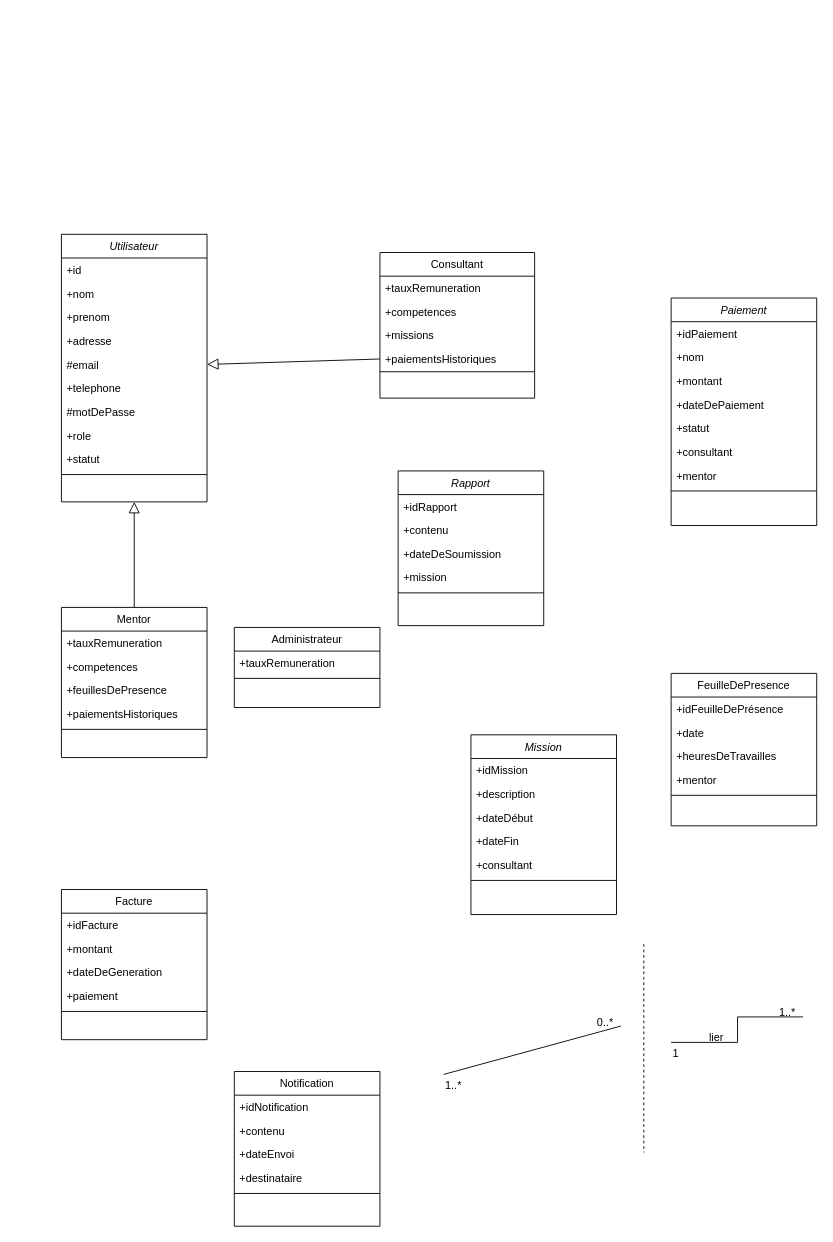
Tussa-D/diagramme_projet_F-n keeps this draw.io diagram as Diagramme classe Projet F-n.drawio. Above is the earlier version. Source tidied: cells renumbered, new cells numbered last; positions are measured from the earlier drawing's top-left corner, leaving out a move shared by most shapes. Both pictures are drawn from the tidied source at 91%, with x=0, y=0 at pixel (61, 234).
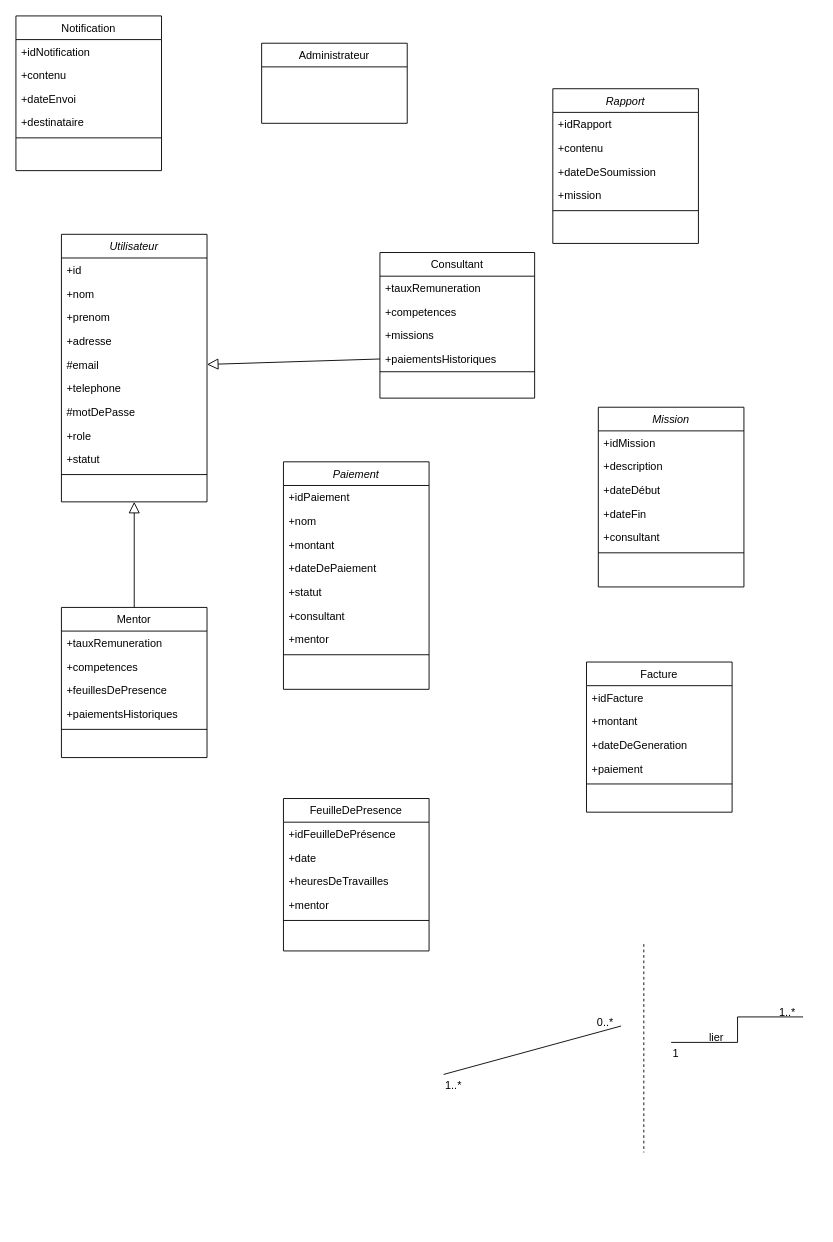
After the change.

Commit message (it also covers changes not shown here):
Mettre à jour Diagramme classe Projet F-n.drawio

Change to the diagram source:
```diff
@@
     <mxCell id="19" value="Paiement" style="swimlane;fontStyle=2;align=center;verticalAlign=top;horizontal=1;startSize=26;rounded=0;shadow=0;strokeWidth=1;" parent="1" vertex="1">
-      <mxGeometry x="670" y="70" width="160" height="250" as="geometry" />
+      <mxGeometry x="244" y="250" width="160" height="250" as="geometry" />
     </mxCell>
@@
     <mxCell id="28" value="Mission" style="swimlane;fontStyle=2;align=center;verticalAlign=top;horizontal=1;startSize=26;rounded=0;shadow=0;strokeWidth=1;" parent="1" vertex="1">
-      <mxGeometry x="450" y="550" width="160" height="197.5" as="geometry" />
+      <mxGeometry x="590" y="190" width="160" height="197.5" as="geometry" />
     </mxCell>
@@
     <mxCell id="35" value="Notification" style="swimlane;fontStyle=0;align=center;verticalAlign=top;horizontal=1;startSize=26;rounded=0;shadow=0;strokeWidth=1;" parent="1" vertex="1">
-      <mxGeometry x="190" y="920" width="160" height="170" as="geometry" />
+      <mxGeometry x="-50" y="-240" width="160" height="170" as="geometry" />
     </mxCell>
@@
     <mxCell id="41" value="FeuilleDePresence" style="swimlane;fontStyle=0;align=center;verticalAlign=top;horizontal=1;startSize=26;rounded=0;shadow=0;strokeWidth=1;" parent="1" vertex="1">
-      <mxGeometry x="670" y="482.5" width="160" height="167.5" as="geometry" />
+      <mxGeometry x="244" y="620" width="160" height="167.5" as="geometry" />
     </mxCell>
@@
     <mxCell id="63" value="Rapport" style="swimlane;fontStyle=2;align=center;verticalAlign=top;horizontal=1;startSize=26;rounded=0;shadow=0;strokeWidth=1;" parent="1" vertex="1">
-      <mxGeometry x="370" y="260" width="160" height="170" as="geometry" />
+      <mxGeometry x="540" y="-160" width="160" height="170" as="geometry" />
     </mxCell>
@@
     <mxCell id="69" value="Facture" style="swimlane;fontStyle=0;align=center;verticalAlign=top;horizontal=1;startSize=26;rounded=0;shadow=0;strokeWidth=1;" parent="1" vertex="1">
-      <mxGeometry y="720" width="160" height="165" as="geometry" />
+      <mxGeometry x="577" y="470" width="160" height="165" as="geometry" />
     </mxCell>
@@
     <mxCell id="75" value="Administrateur" style="swimlane;fontStyle=0;align=center;verticalAlign=top;horizontal=1;startSize=26;rounded=0;shadow=0;strokeWidth=1;" parent="1" vertex="1">
-      <mxGeometry x="190" y="432" width="160" height="88" as="geometry" />
+      <mxGeometry x="220" y="-210" width="160" height="88" as="geometry" />
     </mxCell>
-    <mxCell id="76" value="+tauxRemuneration " style="text;align=left;verticalAlign=top;spacingLeft=4;spacingRight=4;overflow=hidden;" parent="75" vertex="1">
-      <mxGeometry y="26" width="160" height="26" as="geometry" />
-    </mxCell>
-    <mxCell id="77" style="line;html=1;strokeWidth=1;align=left;verticalAlign=middle;spacingTop=-1;spacingLeft=3;spacingRight=3;labelPosition=right;" parent="75" vertex="1">
-      <mxGeometry y="52" width="160" height="8" as="geometry" />
-    </mxCell>
```
